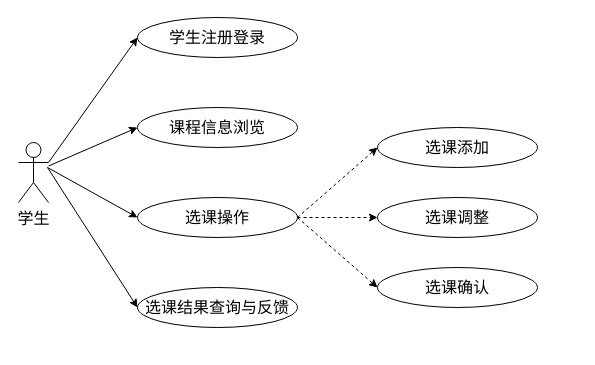
Above: 学生用例图.drawio in runoob09/drawio (draw.io), before the change. Source tidied: cells renumbered, new cells numbered last; positions are measured from the earlier drawing's top-left corner, leaving out a move shared by most shapes. Both pictures are drawn from the tidied source at 100%, with x=0, y=0 at pixel (18, 17).
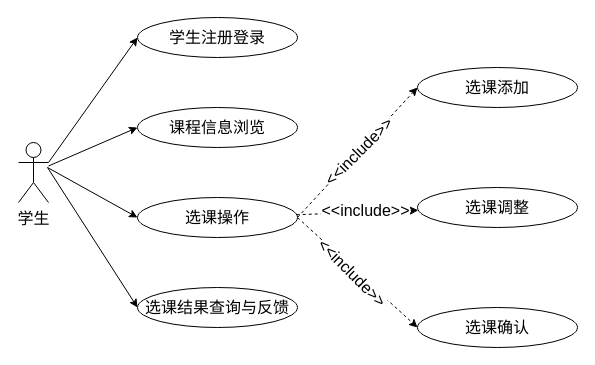
Above is the later version.

Commit message:
更新学生用例图.drawio

Unchanged cells that the change refers to:
```xml
<mxCell id="10" style="rounded=0;jettySize=auto;html=1;entryX=0;entryY=0.5;entryDx=0;entryDy=0;dashed=1;exitX=1;exitY=0.5;exitDx=0;exitDy=0;fontSize=16;" parent="1" edge="1" source="13" target="15">
  <mxGeometry relative="1" as="geometry" />
</mxCell>
<mxCell id="11" style="rounded=0;jettySize=auto;html=1;dashed=1;fontSize=16;" parent="1" edge="1" source="13" target="9">
  <mxGeometry relative="1" as="geometry" />
</mxCell>
<mxCell id="12" style="rounded=0;jettySize=auto;html=1;entryX=0;entryY=0.5;entryDx=0;entryDy=0;dashed=1;exitX=1;exitY=0.5;exitDx=0;exitDy=0;fontSize=16;" parent="1" edge="1" source="13" target="16">
  <mxGeometry relative="1" as="geometry" />
</mxCell>
```

Change to the diagram source:
```diff
@@
     <mxCell id="9" value="选课调整" style="ellipse;whiteSpace=wrap;html=1;fontSize=16;" parent="1" vertex="1">
-      <mxGeometry x="359" y="180" width="160" height="40" as="geometry" />
+      <mxGeometry x="399" y="170" width="160" height="40" as="geometry" />
     </mxCell>
@@
+    <mxCell id="17" value="&amp;lt;&amp;lt;include&amp;gt;&amp;gt;" style="edgeLabel;html=1;align=center;verticalAlign=middle;rotation=-45;fontSize=16;" parent="10" vertex="1">
+      <mxGeometry x="0.01" y="1" relative="1" as="geometry">
+        <mxPoint x="1" as="offset" />
+      </mxGeometry>
+    </mxCell>
@@
+    <mxCell id="18" value="&amp;lt;&amp;lt;include&amp;gt;&amp;gt;" style="edgeLabel;html=1;align=center;verticalAlign=middle;fontSize=16;" parent="11" vertex="1">
+      <mxGeometry x="0.11" y="2" relative="1" as="geometry" />
+    </mxCell>
@@
+    <mxCell id="19" value="&amp;lt;&amp;lt;include&amp;gt;&amp;gt;" style="edgeLabel;html=1;align=center;verticalAlign=middle;rotation=45;fontSize=16;" parent="12" vertex="1">
+      <mxGeometry x="-0.05" y="-3" relative="1" as="geometry" />
+    </mxCell>
@@
     <mxCell id="15" value="选课添加" style="ellipse;whiteSpace=wrap;html=1;fontSize=16;" parent="1" vertex="1">
-      <mxGeometry x="359" y="110" width="160" height="40" as="geometry" />
+      <mxGeometry x="399" y="50" width="160" height="40" as="geometry" />
     </mxCell>
     <mxCell id="16" value="选课确认" style="ellipse;whiteSpace=wrap;html=1;fontSize=16;" parent="1" vertex="1">
-      <mxGeometry x="359" y="250" width="160" height="40" as="geometry" />
+      <mxGeometry x="399" y="290" width="160" height="40" as="geometry" />
     </mxCell>
```
